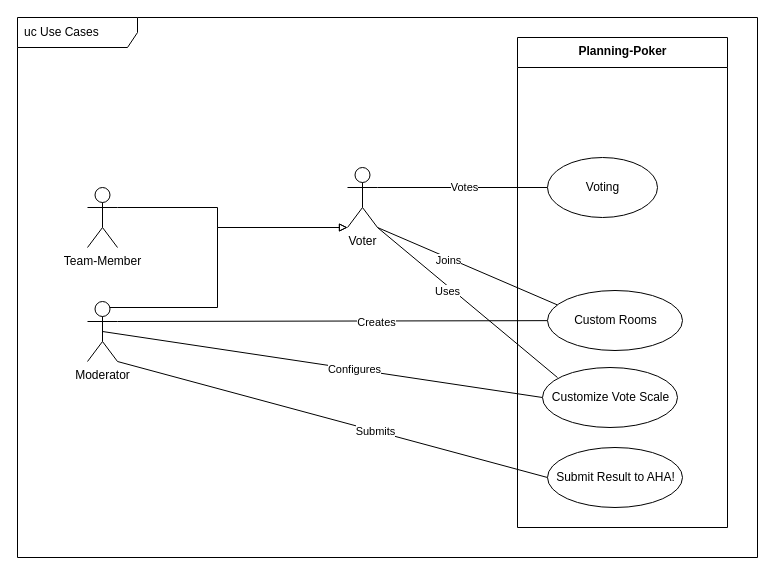
Earlier version of the draw.io diagram docs/use-case.drawio (RillingDev/planning-poker). Source tidied: cells renumbered, new cells numbered last; positions are measured from the earlier drawing's top-left corner, leaving out a move shared by most shapes. Both pictures are drawn from the tidied source at 100%, with x=0, y=0 at pixel (17, 17).
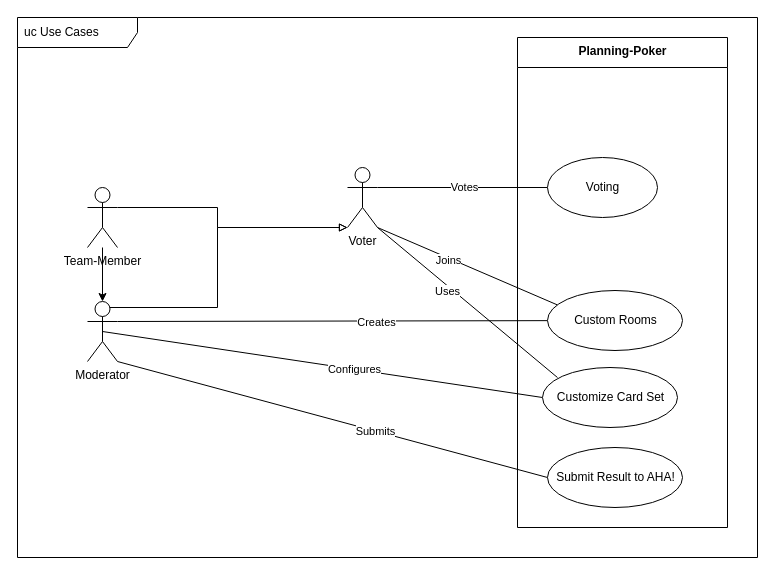
Above is the later version.

Unchanged cells that the change refers to:
```xml
<mxCell id="17" value="Moderator" style="shape=umlActor;verticalLabelPosition=bottom;verticalAlign=top;html=1;" parent="1" vertex="1">
  <mxGeometry x="70" y="284" width="30" height="60" as="geometry" />
</mxCell>
<mxCell id="21" value="Team-Member" style="shape=umlActor;verticalLabelPosition=bottom;verticalAlign=top;html=1;" parent="1" vertex="1">
  <mxGeometry x="70" y="170" width="30" height="60" as="geometry" />
</mxCell>
```

The edit, as a diff of the source:
```diff
@@
-    <mxCell id="19" value="Customize Vote Scale" style="shape=ellipse;horizontal=1;html=1;dashed=0;" parent="1" vertex="1">
+    <mxCell id="19" value="Customize Card Set" style="shape=ellipse;horizontal=1;html=1;dashed=0;" parent="1" vertex="1">
       <mxGeometry x="525" y="350" width="135" height="60" as="geometry" />
     </mxCell>
@@
+    <mxCell id="25" style="edgeStyle=orthogonalEdgeStyle;rounded=0;jettySize=auto;html=1;" parent="1" edge="1" source="21" target="17">
+      <mxGeometry relative="1" as="geometry" />
+    </mxCell>
```
